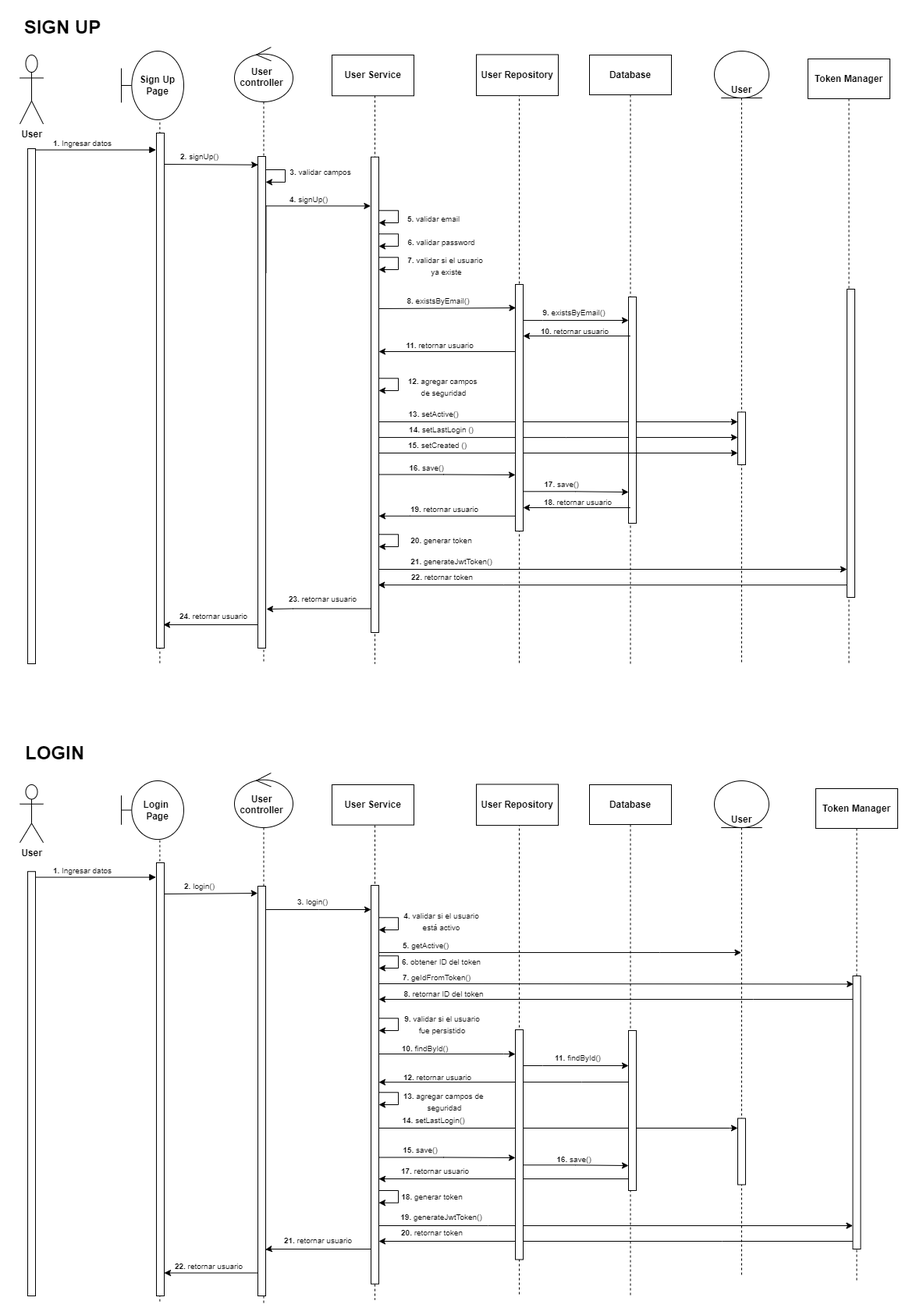
This is diagramas/Diagrama de secuencia.png from FlorenciaBargiano/interview, a draw.io export, as it was before one commit. Source tidied: cells renumbered, new cells last; positions are measured from the earlier drawing's top-left corner, leaving out a move shared by most shapes.
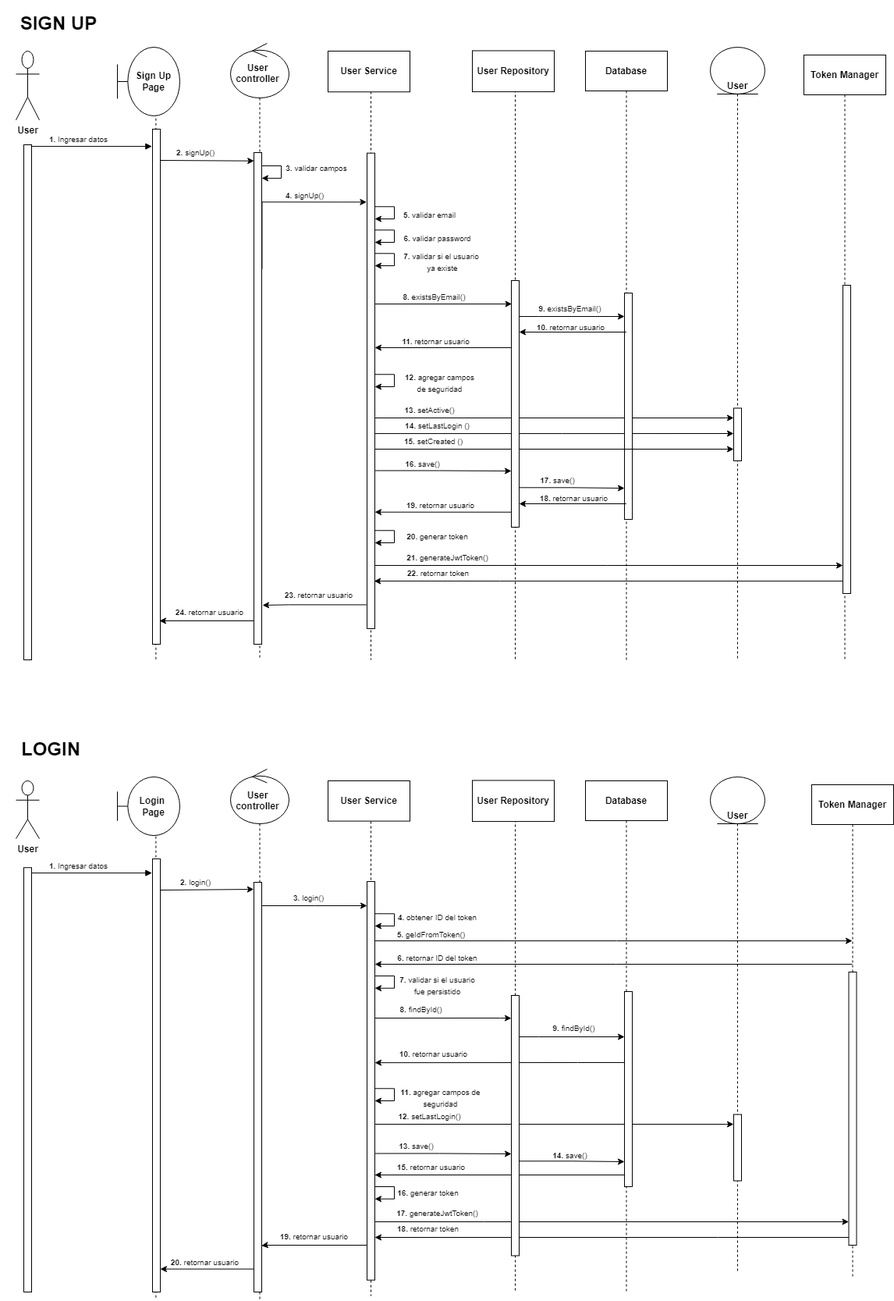
After the change.

Commit message:
update sequence diagram

What changed in the source:
```diff
@@ -213,3 +213,3 @@
     </mxCell>
-    <mxCell id="45" value="&lt;font style=&quot;font-size: 10px&quot;&gt;&lt;b&gt;13.&lt;/b&gt; agregar campos de &lt;br&gt;seguridad&lt;/font&gt;" style="text;html=1;align=center;verticalAlign=middle;strokeColor=none;fillColor=none;" parent="1" vertex="1">
+    <mxCell id="45" value="&lt;font style=&quot;font-size: 10px&quot;&gt;&lt;b&gt;11.&lt;/b&gt; agregar campos de &lt;br&gt;seguridad&lt;/font&gt;" style="text;html=1;align=center;verticalAlign=middle;strokeColor=none;fillColor=none;" parent="1" vertex="1">
       <mxGeometry x="499" y="1371" width="130" height="40" as="geometry" />
@@ -219,3 +219,3 @@
     </mxCell>
-    <mxCell id="47" value="&lt;font style=&quot;font-size: 10px&quot;&gt;&lt;b&gt;15. &lt;/b&gt;save()&lt;/font&gt;" style="edgeLabel;html=1;align=center;verticalAlign=middle;" parent="46" vertex="1">
+    <mxCell id="47" value="&lt;font style=&quot;font-size: 10px&quot;&gt;&lt;b&gt;13. &lt;/b&gt;save()&lt;/font&gt;" style="edgeLabel;html=1;align=center;verticalAlign=middle;" parent="46" vertex="1">
       <mxGeometry x="108" y="475" as="geometry">
@@ -225,3 +225,3 @@
     <mxCell id="48" style="group;" parent="46" vertex="1">
-      <mxGeometry x="-5" width="105" height="660" as="geometry" />
+      <mxGeometry x="-5" width="190" height="660" as="geometry" />
     </mxCell>
@@ -236,15 +236,19 @@
     </mxCell>
-    <mxCell id="52" value="&lt;font style=&quot;font-size: 10px&quot;&gt;&lt;b&gt;6.&lt;/b&gt; obtener ID del token&lt;/font&gt;" style="text;html=1;align=center;verticalAlign=middle;strokeColor=none;fillColor=none;" parent="46" vertex="1">
-      <mxGeometry x="75" y="212" width="120" height="30" as="geometry" />
-    </mxCell>
+    <mxCell id="63" style="edgeStyle=orthogonalEdgeStyle;rounded=0;orthogonalLoop=1;jettySize=auto;html=1;exitX=1.014;exitY=0.344;exitDx=0;exitDy=0;exitPerimeter=0;" parent="48" edge="1">
+      <mxGeometry relative="1" as="geometry">
+        <mxPoint x="60.1" y="250" as="sourcePoint" />
+        <mxPoint x="60" y="265.7" as="targetPoint" />
+        <Array as="points">
+          <mxPoint x="85" y="249.7" />
+          <mxPoint x="85" y="265.7" />
+        </Array>
+      </mxGeometry>
+    </mxCell>
+    <mxCell id="55" value="&lt;font style=&quot;font-size: 10px&quot;&gt;&lt;b&gt;10.&lt;/b&gt; retornar usuario&lt;/font&gt;" style="text;html=1;align=center;verticalAlign=middle;strokeColor=none;fillColor=none;" parent="48" vertex="1">
+      <mxGeometry x="80" y="335" width="110" height="30" as="geometry" />
+    </mxCell>
-    <mxCell id="53" value="&lt;font style=&quot;font-size: 10px&quot;&gt;&lt;b&gt;10.&lt;/b&gt; findById()&lt;/font&gt;" style="text;html=1;align=center;verticalAlign=middle;strokeColor=none;fillColor=none;" parent="46" vertex="1">
-      <mxGeometry x="74" y="323" width="80" height="30" as="geometry" />
+    <mxCell id="53" value="&lt;font style=&quot;font-size: 10px&quot;&gt;&lt;b&gt;8.&lt;/b&gt; findById()&lt;/font&gt;" style="text;html=1;align=center;verticalAlign=middle;strokeColor=none;fillColor=none;" parent="46" vertex="1">
+      <mxGeometry x="74" y="278" width="80" height="30" as="geometry" />
     </mxCell>
-    <mxCell id="54" value="&lt;font style=&quot;font-size: 10px&quot;&gt;&lt;b&gt;7.&lt;/b&gt; geIdFromToken()&lt;/font&gt;" style="text;html=1;align=center;verticalAlign=middle;strokeColor=none;fillColor=none;" parent="46" vertex="1">
-      <mxGeometry x="74" y="232" width="110" height="30" as="geometry" />
-    </mxCell>
-    <mxCell id="55" value="&lt;font style=&quot;font-size: 10px&quot;&gt;&lt;b&gt;12.&lt;/b&gt; retornar usuario&lt;/font&gt;" style="text;html=1;align=center;verticalAlign=middle;strokeColor=none;fillColor=none;" parent="46" vertex="1">
-      <mxGeometry x="75" y="360" width="110" height="30" as="geometry" />
-    </mxCell>
-    <mxCell id="56" value="&lt;font style=&quot;font-size: 10px&quot;&gt;&lt;b&gt;17. &lt;/b&gt;retornar usuario&lt;/font&gt;" style="edgeLabel;html=1;align=center;verticalAlign=middle;" parent="46" vertex="1">
+    <mxCell id="56" value="&lt;font style=&quot;font-size: 10px&quot;&gt;&lt;b&gt;15. &lt;/b&gt;retornar usuario&lt;/font&gt;" style="edgeLabel;html=1;align=center;verticalAlign=middle;" parent="46" vertex="1">
       <mxGeometry x="127" y="502" as="geometry">
@@ -253,3 +257,3 @@
     </mxCell>
-    <mxCell id="57" value="&lt;font style=&quot;font-size: 10px&quot;&gt;&lt;b&gt;20. &lt;/b&gt;retornar token&lt;/font&gt;" style="edgeLabel;html=1;align=center;verticalAlign=middle;" parent="46" vertex="1">
+    <mxCell id="57" value="&lt;font style=&quot;font-size: 10px&quot;&gt;&lt;b&gt;18. &lt;/b&gt;retornar token&lt;/font&gt;" style="edgeLabel;html=1;align=center;verticalAlign=middle;" parent="46" vertex="1">
       <mxGeometry x="115" y="575" as="geometry">
@@ -258,3 +262,3 @@
     </mxCell>
-    <mxCell id="58" value="&lt;font style=&quot;font-size: 10px&quot;&gt;&lt;b&gt;19. &lt;/b&gt;generateJwtToken()&lt;/font&gt;" style="edgeLabel;html=1;align=center;verticalAlign=middle;" parent="46" vertex="1">
+    <mxCell id="58" value="&lt;font style=&quot;font-size: 10px&quot;&gt;&lt;b&gt;17. &lt;/b&gt;generateJwtToken()&lt;/font&gt;" style="edgeLabel;html=1;align=center;verticalAlign=middle;" parent="46" vertex="1">
       <mxGeometry x="127" y="555" as="geometry">
@@ -263,13 +267,20 @@
     </mxCell>
-    <mxCell id="59" value="&lt;font style=&quot;font-size: 10px&quot;&gt;&lt;b&gt;4. &lt;/b&gt;validar si el usuario&lt;br&gt;está activo&lt;br&gt;&lt;/font&gt;" style="text;html=1;align=center;verticalAlign=middle;strokeColor=none;fillColor=none;" parent="46" vertex="1">
-      <mxGeometry x="75" y="155" width="120" height="40" as="geometry" />
+    <mxCell id="59" value="&lt;font style=&quot;font-size: 10px&quot;&gt;&lt;b&gt;4.&amp;nbsp;&lt;/b&gt;obtener ID del token&lt;br&gt;&lt;/font&gt;" style="text;html=1;align=center;verticalAlign=middle;strokeColor=none;fillColor=none;" parent="46" vertex="1">
+      <mxGeometry x="75" y="160" width="120" height="30" as="geometry" />
     </mxCell>
-    <mxCell id="60" value="&lt;font style=&quot;font-size: 10px&quot;&gt;&lt;b&gt;5.&lt;/b&gt; getActive()&lt;/font&gt;" style="text;html=1;align=center;verticalAlign=middle;strokeColor=none;fillColor=none;" parent="46" vertex="1">
-      <mxGeometry x="75" y="191" width="80" height="30" as="geometry" />
-    </mxCell>
+    <mxCell id="146" value="&lt;font style=&quot;font-size: 10px&quot;&gt;&lt;b&gt;5.&amp;nbsp;&lt;/b&gt;geIdFromToken()&lt;br&gt;&lt;/font&gt;" style="text;html=1;align=center;verticalAlign=middle;strokeColor=none;fillColor=none;" parent="46" vertex="1">
+      <mxGeometry x="72" y="182" width="110" height="30" as="geometry" />
+    </mxCell>
+    <mxCell id="129" value="&lt;font style=&quot;font-size: 10px&quot;&gt;&lt;b&gt;6. &lt;/b&gt;retornar ID del token&lt;/font&gt;" style="text;html=1;align=center;verticalAlign=middle;strokeColor=none;fillColor=none;" parent="46" vertex="1">
+      <mxGeometry x="70" y="212" width="130" height="30" as="geometry" />
+    </mxCell>
+    <mxCell id="52" value="&lt;font style=&quot;font-size: 10px&quot;&gt;&lt;b&gt;7.&lt;/b&gt;&amp;nbsp;&lt;/font&gt;&lt;span style=&quot;font-size: 10px;&quot;&gt;validar si el usuario&lt;/span&gt;&lt;br style=&quot;font-size: 10px;&quot;&gt;&lt;span style=&quot;font-size: 10px;&quot;&gt;fue persistido&lt;/span&gt;" style="text;html=1;align=center;verticalAlign=middle;strokeColor=none;fillColor=none;" parent="46" vertex="1">
+      <mxGeometry x="75" y="242" width="120" height="40" as="geometry" />
+    </mxCell>
-    <mxCell id="61" style="edgeStyle=orthogonalEdgeStyle;rounded=0;jettySize=auto;html=1;entryX=-0.005;entryY=0.106;entryDx=0;entryDy=0;entryPerimeter=0;" parent="1" edge="1" target="139">
+    <mxCell id="61" style="edgeStyle=orthogonalEdgeStyle;rounded=0;orthogonalLoop=1;jettySize=auto;html=1;entryX=-0.005;entryY=0.106;entryDx=0;entryDy=0;entryPerimeter=0;" parent="1" edge="1">
       <mxGeometry relative="1" as="geometry">
-        <mxPoint x="480" y="1330" as="sourcePoint" />
+        <mxPoint x="480" y="1289" as="sourcePoint" />
+        <mxPoint x="655" y="1289.2" as="targetPoint" />
         <Array as="points">
-          <mxPoint x="640" y="1330" />
+          <mxPoint x="640" y="1289" />
         </Array>
@@ -277,25 +288,2 @@
     </mxCell>
-    <mxCell id="62" value="&lt;font style=&quot;font-size: 10px&quot;&gt;&lt;b&gt;9.&lt;/b&gt; validar si el usuario&lt;br&gt;fue persistido&lt;/font&gt;" style="text;html=1;align=center;verticalAlign=middle;strokeColor=none;fillColor=none;" parent="1" vertex="1">
-      <mxGeometry x="501" y="1272" width="120" height="40" as="geometry" />
-    </mxCell>
-    <mxCell id="63" style="edgeStyle=orthogonalEdgeStyle;rounded=0;orthogonalLoop=1;jettySize=auto;html=1;exitX=1.014;exitY=0.344;exitDx=0;exitDy=0;exitPerimeter=0;" parent="1" edge="1">
-      <mxGeometry relative="1" as="geometry">
-        <mxPoint x="480.1" y="1204.3" as="sourcePoint" />
-        <mxPoint x="480" y="1220" as="targetPoint" />
-        <Array as="points">
-          <mxPoint x="505" y="1204" />
-          <mxPoint x="505" y="1220" />
-        </Array>
-      </mxGeometry>
-    </mxCell>
-    <mxCell id="64" style="edgeStyle=orthogonalEdgeStyle;rounded=0;orthogonalLoop=1;jettySize=auto;html=1;exitX=1.014;exitY=0.344;exitDx=0;exitDy=0;exitPerimeter=0;" parent="1" edge="1">
-      <mxGeometry relative="1" as="geometry">
-        <mxPoint x="480.1" y="1284.3" as="sourcePoint" />
-        <mxPoint x="480" y="1300" as="targetPoint" />
-        <Array as="points">
-          <mxPoint x="505" y="1284" />
-          <mxPoint x="505" y="1300" />
-        </Array>
-      </mxGeometry>
-    </mxCell>
     <mxCell id="65" style="edgeStyle=orthogonalEdgeStyle;rounded=0;orthogonalLoop=1;jettySize=auto;html=1;exitX=1.014;exitY=0.344;exitDx=0;exitDy=0;exitPerimeter=0;" parent="1" edge="1">
@@ -333,8 +321,9 @@
     </mxCell>
-    <mxCell id="72" style="edgeStyle=orthogonalEdgeStyle;rounded=0;jettySize=auto;html=1;" parent="1" edge="1" source="139">
+    <mxCell id="72" style="edgeStyle=orthogonalEdgeStyle;rounded=0;orthogonalLoop=1;jettySize=auto;html=1;" parent="1" edge="1">
       <mxGeometry relative="1" as="geometry">
-        <mxPoint x="800" y="1345" as="targetPoint" />
+        <mxPoint x="665" y="1313" as="sourcePoint" />
+        <mxPoint x="800" y="1313" as="targetPoint" />
         <Array as="points">
-          <mxPoint x="690" y="1345" />
-          <mxPoint x="690" y="1345" />
+          <mxPoint x="690" y="1313" />
+          <mxPoint x="690" y="1313" />
         </Array>
@@ -342,4 +331,4 @@
     </mxCell>
-    <mxCell id="73" value="&lt;font style=&quot;font-size: 10px&quot;&gt;&lt;b&gt;11.&lt;/b&gt;&amp;nbsp;&lt;/font&gt;&lt;span style=&quot;font-size: 10px;&quot;&gt;findById()&lt;/span&gt;" style="text;html=1;align=center;verticalAlign=middle;strokeColor=none;fillColor=none;" parent="1" vertex="1">
-      <mxGeometry x="695" y="1320" width="80" height="30" as="geometry" />
+    <mxCell id="73" value="&lt;font style=&quot;font-size: 10px&quot;&gt;&lt;b&gt;9.&lt;/b&gt;&amp;nbsp;&lt;/font&gt;&lt;span style=&quot;font-size: 10px;&quot;&gt;findById()&lt;/span&gt;" style="text;html=1;align=center;verticalAlign=middle;strokeColor=none;fillColor=none;" parent="1" vertex="1">
+      <mxGeometry x="695" y="1287" width="80" height="30" as="geometry" />
     </mxCell>
@@ -355,3 +344,3 @@
     </mxCell>
-    <mxCell id="75" value="&lt;font style=&quot;font-size: 10px&quot;&gt;&lt;b&gt;14.&lt;/b&gt; setLastLogin()&lt;/font&gt;" style="edgeLabel;html=1;align=center;verticalAlign=middle;" parent="74" vertex="1">
+    <mxCell id="75" value="&lt;font style=&quot;font-size: 10px&quot;&gt;&lt;b&gt;12.&lt;/b&gt; setLastLogin()&lt;/font&gt;" style="edgeLabel;html=1;align=center;verticalAlign=middle;" parent="74" vertex="1">
       <mxGeometry x="-0.58" relative="1" as="geometry">
@@ -367,3 +356,3 @@
     <mxCell id="78" style="html=1;points=[];perimeter=orthogonalPerimeter;rounded=0;shadow=0;comic=0;labelBackgroundColor=none;strokeWidth=1;fontFamily=Verdana;fontSize=12;align=center;" parent="77" vertex="1">
-      <mxGeometry x="50" y="315" width="10" height="205" as="geometry" />
+      <mxGeometry x="50" y="270" width="10" height="250" as="geometry" />
     </mxCell>
@@ -379,3 +368,3 @@
     </mxCell>
-    <mxCell id="80" value="&lt;font style=&quot;font-size: 10px&quot;&gt;&lt;b&gt;16.&amp;nbsp;&lt;/b&gt;&lt;span style=&quot;background-color: rgb(255 , 255 , 255)&quot;&gt;save()&lt;/span&gt;&lt;/font&gt;" style="text;html=1;align=center;verticalAlign=middle;strokeColor=none;fillColor=none;" parent="1" vertex="1">
+    <mxCell id="80" value="&lt;font style=&quot;font-size: 10px&quot;&gt;&lt;b&gt;14.&amp;nbsp;&lt;/b&gt;&lt;span style=&quot;background-color: rgb(255 , 255 , 255)&quot;&gt;save()&lt;/span&gt;&lt;/font&gt;" style="text;html=1;align=center;verticalAlign=middle;strokeColor=none;fillColor=none;" parent="1" vertex="1">
       <mxGeometry x="695" y="1450" width="70" height="30" as="geometry" />
@@ -510,7 +499,7 @@
     </mxCell>
-    <mxCell id="105" style="edgeStyle=orthogonalEdgeStyle;rounded=0;jettySize=auto;html=1;entryX=0.077;entryY=0.03;entryDx=0;entryDy=0;entryPerimeter=0;" parent="1" edge="1" target="107">
+    <mxCell id="105" style="edgeStyle=orthogonalEdgeStyle;rounded=0;jettySize=auto;html=1;exitX=1.033;exitY=0.149;exitDx=0;exitDy=0;exitPerimeter=0;" parent="1" edge="1" source="50" target="106">
       <mxGeometry relative="1" as="geometry">
-        <mxPoint x="480" y="1240" as="sourcePoint" />
         <Array as="points">
-          <mxPoint x="1088" y="1241" />
+          <mxPoint x="790" y="1190" />
+          <mxPoint x="790" y="1190" />
         </Array>
@@ -628,8 +617,8 @@
     </mxCell>
-    <mxCell id="128" style="edgeStyle=orthogonalEdgeStyle;rounded=0;jettySize=auto;html=1;" parent="1" edge="1" source="107">
+    <mxCell id="128" style="edgeStyle=orthogonalEdgeStyle;rounded=0;orthogonalLoop=1;jettySize=auto;html=1;" parent="1" edge="1">
       <mxGeometry relative="1" as="geometry">
-        <mxPoint x="480" y="1260" as="targetPoint" />
+        <mxPoint x="1092" y="1220" as="sourcePoint" />
+        <mxPoint x="480" y="1220" as="targetPoint" />
         <Array as="points">
-          <mxPoint x="960" y="1260" />
-          <mxPoint x="960" y="1260" />
+          <mxPoint x="480" y="1220" />
         </Array>
@@ -637,12 +626,9 @@
     </mxCell>
-    <mxCell id="129" value="&lt;font style=&quot;font-size: 10px&quot;&gt;&lt;b&gt;8. &lt;/b&gt;retornar ID del token&lt;/font&gt;" style="text;html=1;align=center;verticalAlign=middle;strokeColor=none;fillColor=none;" parent="1" vertex="1">
-      <mxGeometry x="498" y="1238" width="130" height="30" as="geometry" />
-    </mxCell>
     <mxCell id="130" style="edgeStyle=orthogonalEdgeStyle;rounded=0;orthogonalLoop=1;jettySize=auto;html=1;entryX=1;entryY=0.524;entryDx=0;entryDy=0;entryPerimeter=0;" parent="1" edge="1">
       <mxGeometry relative="1" as="geometry">
-        <mxPoint x="800" y="1366" as="sourcePoint" />
-        <mxPoint x="480" y="1366.2" as="targetPoint" />
+        <mxPoint x="800" y="1346" as="sourcePoint" />
+        <mxPoint x="480" y="1346.2" as="targetPoint" />
         <Array as="points">
-          <mxPoint x="740" y="1366" />
-          <mxPoint x="740" y="1366" />
+          <mxPoint x="740" y="1346" />
+          <mxPoint x="740" y="1346" />
         </Array>
@@ -676,3 +662,3 @@
     </mxCell>
-    <mxCell id="134" value="&lt;font style=&quot;font-size: 10px&quot;&gt;&lt;b&gt;21. &lt;/b&gt;retornar usuario&lt;/font&gt;" style="edgeLabel;html=1;align=center;verticalAlign=middle;" parent="1" vertex="1">
+    <mxCell id="134" value="&lt;font style=&quot;font-size: 10px&quot;&gt;&lt;b&gt;19. &lt;/b&gt;retornar usuario&lt;/font&gt;" style="edgeLabel;html=1;align=center;verticalAlign=middle;" parent="1" vertex="1">
       <mxGeometry x="394" y="1570" as="geometry">
@@ -687,3 +673,3 @@
     </mxCell>
-    <mxCell id="136" value="&lt;font style=&quot;font-size: 10px&quot;&gt;&lt;b&gt;22. &lt;/b&gt;retornar usuario&lt;/font&gt;" style="edgeLabel;html=1;align=center;verticalAlign=middle;" parent="1" vertex="1">
+    <mxCell id="136" value="&lt;font style=&quot;font-size: 10px&quot;&gt;&lt;b&gt;20. &lt;/b&gt;retornar usuario&lt;/font&gt;" style="edgeLabel;html=1;align=center;verticalAlign=middle;" parent="1" vertex="1">
       <mxGeometry x="254" y="1603" as="geometry">
@@ -706,3 +692,3 @@
     <mxCell id="139" style="html=1;points=[];perimeter=orthogonalPerimeter;rounded=0;shadow=0;comic=0;labelBackgroundColor=none;strokeWidth=1;fontFamily=Verdana;fontSize=12;align=center;" parent="1" vertex="1">
-      <mxGeometry x="655" y="1299" width="10" height="294.5" as="geometry" />
+      <mxGeometry x="655" y="1260" width="10" height="333.4" as="geometry" />
     </mxCell>
@@ -734,3 +720,3 @@
     </mxCell>
-    <mxCell id="144" value="&lt;font style=&quot;font-size: 10px&quot;&gt;&lt;b&gt;18. &lt;/b&gt;generar token&lt;/font&gt;" style="edgeLabel;html=1;align=center;verticalAlign=middle;" parent="1" vertex="1">
+    <mxCell id="144" value="&lt;font style=&quot;font-size: 10px&quot;&gt;&lt;b&gt;16. &lt;/b&gt;generar token&lt;/font&gt;" style="edgeLabel;html=1;align=center;verticalAlign=middle;" parent="1" vertex="1">
       <mxGeometry x="539.5" y="1513.7" as="geometry">
@@ -739,10 +725,2 @@
     </mxCell>
-    <mxCell id="145" style="edgeStyle=orthogonalEdgeStyle;rounded=0;jettySize=auto;html=1;" parent="1" edge="1" source="50" target="70">
-      <mxGeometry relative="1" as="geometry">
-        <Array as="points">
-          <mxPoint x="840" y="1200" />
-          <mxPoint x="840" y="1200" />
-        </Array>
-      </mxGeometry>
-    </mxCell>
   </root>
```
